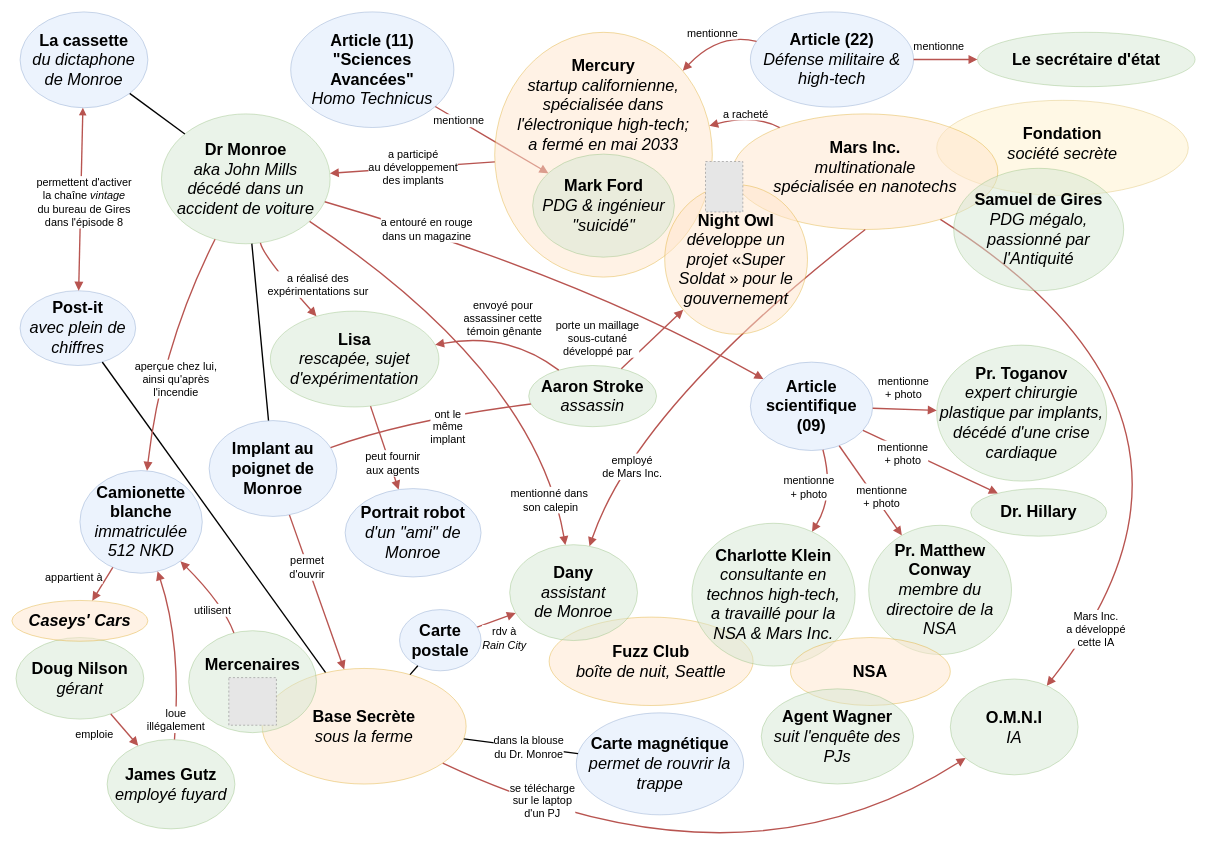
Above: CriticalFondation/DiagrammeDeLaSaison1.drawio in Lucas-C/jdr (draw.io), before the change. Source tidied: cells renumbered, new cells numbered last; positions are measured from the earlier drawing's top-left corner, leaving out a move shared by most shapes. Both pictures are drawn from the tidied source at 68%, with x=0, y=0 at pixel (12, 12). Pictures stored in the file or linked from it are replaced by grey dashed boxes.
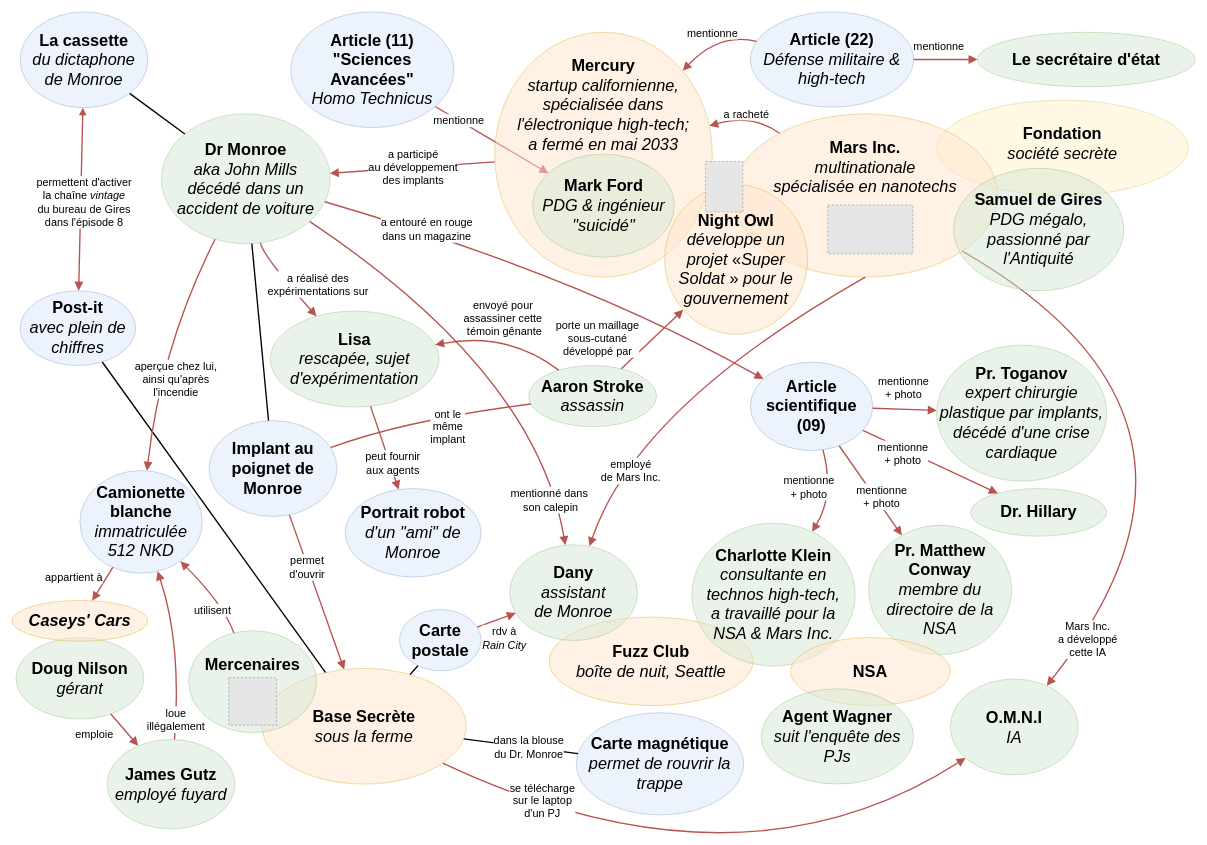
The same page after the edit.

Change to the diagram source:
```diff
@@
     <mxCell id="7" value="&lt;div&gt;&lt;b&gt;&lt;br&gt;&lt;/b&gt;&lt;/div&gt;&lt;b&gt;Mars Inc.&lt;/b&gt;&lt;br&gt;&lt;i&gt;multinationale&lt;/i&gt;&lt;div&gt;&lt;i&gt;spécialisée en nanotechs&lt;/i&gt;&lt;/div&gt;" style="ellipse;whiteSpace=wrap;html=1;rounded=0;shadow=0;strokeWidth=1;fillColor=#ffe6cc;fontSize=24;align=center;strokeColor=#d79b00;opacity=50;verticalAlign=top;" parent="1" vertex="1">
-      <mxGeometry x="1060" y="150" width="390" height="170" as="geometry" />
+      <mxGeometry x="1060" y="150" width="390" height="240" as="geometry" />
     </mxCell>
@@
+    <mxCell id="100" style="fillColor=#E6E6E6;strokeColor=#999999;dashed=1;verticalLabelPosition=bottom;labelBackgroundColor=default;verticalAlign=top;" parent="1" vertex="1">
+      <mxGeometry x="1199.9" y="284" width="125.2" height="72" as="geometry" />
+    </mxCell>
```
